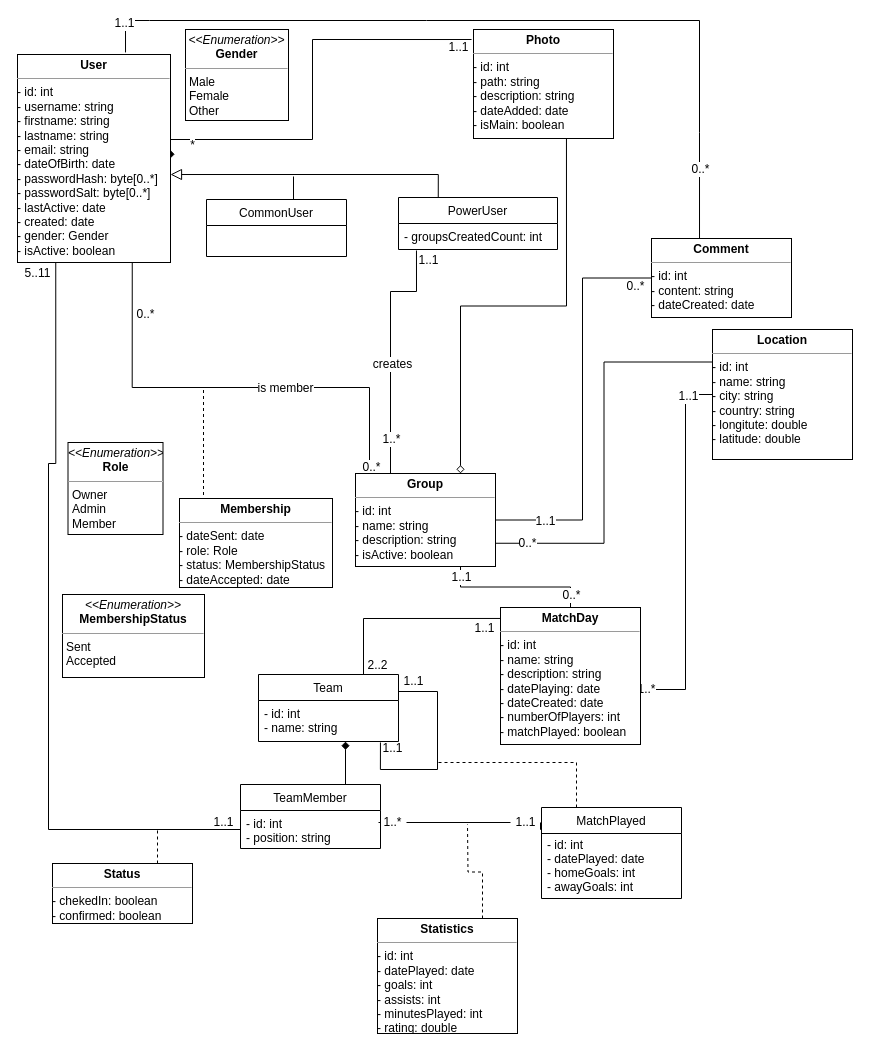
Earlier version of the draw.io diagram FootballAppModel.drawio (milosnikic/FootballApp). Source tidied: cells renumbered, new cells numbered last; positions are measured from the earlier drawing's top-left corner, leaving out a move shared by most shapes. Both pictures are drawn from the tidied source at 100%, with x=0, y=0 at pixel (17, 20).
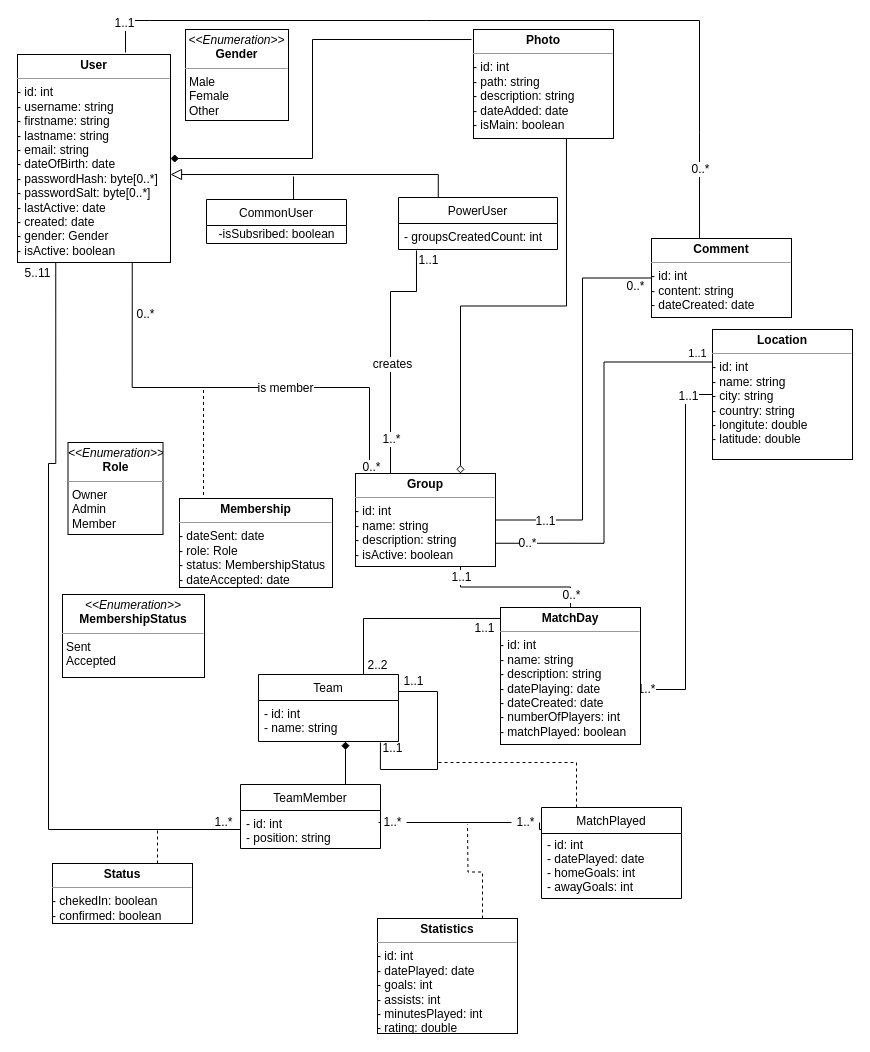
The same diagram, later.

Unchanged cells that the change refers to:
```xml
<mxCell id="14" value="&lt;p style=&quot;margin: 0px ; margin-top: 4px ; text-align: center&quot;&gt;&lt;b&gt;User&lt;/b&gt;&lt;/p&gt;&lt;hr size=&quot;1&quot;&gt;&lt;div style=&quot;height: 2px&quot;&gt;- id: int&lt;br&gt;- username: string&lt;br&gt;- firstname: string&lt;br&gt;- lastname: string&lt;br&gt;- email: string&lt;br&gt;- dateOfBirth: date&lt;br&gt;- passwordHash: byte[0..*]&lt;br&gt;- passwordSalt: byte[0..*]&lt;br&gt;- lastActive: date&lt;br&gt;- created: date&lt;br&gt;- gender: Gender&lt;br&gt;- isActive: boolean&lt;/div&gt;" style="verticalAlign=top;align=left;overflow=fill;fontSize=12;fontFamily=Helvetica;html=1;" parent="1" vertex="1">
  <mxGeometry y="34" width="153" height="208" as="geometry" />
</mxCell>
<mxCell id="15" value="&lt;p style=&quot;margin: 0px ; margin-top: 4px ; text-align: center&quot;&gt;&lt;b&gt;Photo&lt;/b&gt;&lt;/p&gt;&lt;hr size=&quot;1&quot;&gt;&lt;div style=&quot;height: 2px&quot;&gt;- id: int&lt;br&gt;- path: string&lt;br&gt;- description: string&lt;br&gt;- dateAdded: date&lt;br&gt;- isMain: boolean&lt;/div&gt;" style="verticalAlign=top;align=left;overflow=fill;fontSize=12;fontFamily=Helvetica;html=1;" parent="1" vertex="1">
  <mxGeometry x="456" y="9" width="140" height="109" as="geometry" />
</mxCell>
<mxCell id="21" style="edgeStyle=orthogonalEdgeStyle;rounded=0;jettySize=auto;html=1;exitX=1;exitY=0.75;exitDx=0;exitDy=0;entryX=0;entryY=0.25;entryDx=0;entryDy=0;startArrow=none;startFill=0;endArrow=none;endFill=0;" parent="1" edge="1" source="27" target="32">
  <mxGeometry relative="1" as="geometry" />
</mxCell>
```

What changed in the source:
```diff
@@
     <mxCell id="2" style="edgeStyle=orthogonalEdgeStyle;rounded=0;jettySize=auto;html=1;exitX=1;exitY=0.5;exitDx=0;exitDy=0;entryX=-0.014;entryY=0.092;entryDx=0;entryDy=0;endArrow=none;endFill=0;startArrow=diamond;startFill=1;entryPerimeter=0;" parent="1" edge="1" source="14" target="15">
       <mxGeometry relative="1" as="geometry">
         <Array as="points">
-          <mxPoint x="153" y="119" />
-          <mxPoint x="295" y="119" />
+          <mxPoint x="295" y="138" />
           <mxPoint x="295" y="19" />
         </Array>
       </mxGeometry>
     </mxCell>
-    <mxCell id="3" value="*" style="text;html=1;align=center;verticalAlign=middle;labelBackgroundColor=#ffffff;" parent="2" vertex="1">
-      <mxGeometry x="-0.81" y="-5" relative="1" as="geometry" />
-    </mxCell>
-    <mxCell id="4" value="1..1" style="text;html=1;align=center;verticalAlign=middle;labelBackgroundColor=#ffffff;" parent="2" vertex="1">
-      <mxGeometry x="0.86" y="-1" relative="1" as="geometry">
-        <mxPoint x="16" y="6" as="offset" />
-      </mxGeometry>
-    </mxCell>
@@
+    <mxCell id="4" value="1..1" style="edgeLabel;html=1;align=center;verticalAlign=middle;" parent="21" vertex="1">
+      <mxGeometry x="0.93" y="4" relative="1" as="geometry">
+        <mxPoint x="-0.7" y="-5.5" as="offset" />
+      </mxGeometry>
+    </mxCell>
@@
-    <mxCell id="48" value="1..1" style="text;html=1;align=center;verticalAlign=middle;" parent="1" vertex="1">
-      <mxGeometry x="191" y="793" width="30" height="18" as="geometry" />
+    <mxCell id="48" value="1..*" style="text;html=1;align=center;verticalAlign=middle;" parent="1" vertex="1">
+      <mxGeometry x="192" y="793" width="28" height="18" as="geometry" />
     </mxCell>
@@
-    <mxCell id="61" value="1..1&lt;br&gt;" style="text;html=1;align=center;verticalAlign=middle;points=[];" parent="1" vertex="1">
-      <mxGeometry x="493" y="793" width="30" height="18" as="geometry" />
+    <mxCell id="61" value="1..*" style="text;html=1;align=center;verticalAlign=middle;points=[];" parent="1" vertex="1">
+      <mxGeometry x="494" y="793" width="28" height="18" as="geometry" />
     </mxCell>
@@
     <mxCell id="69" value="CommonUser" style="swimlane;fontStyle=0;horizontal=1;startSize=26;fillColor=none;" parent="1" vertex="1">
-      <mxGeometry x="189" y="179" width="140" height="57" as="geometry" />
+      <mxGeometry x="189" y="179" width="140" height="44" as="geometry" />
     </mxCell>
+    <mxCell id="70" value="-isSubsribed: boolean" style="text;html=1;align=center;verticalAlign=middle;" parent="69" vertex="1">
+      <mxGeometry y="26" width="140" height="18" as="geometry" />
+    </mxCell>
```
